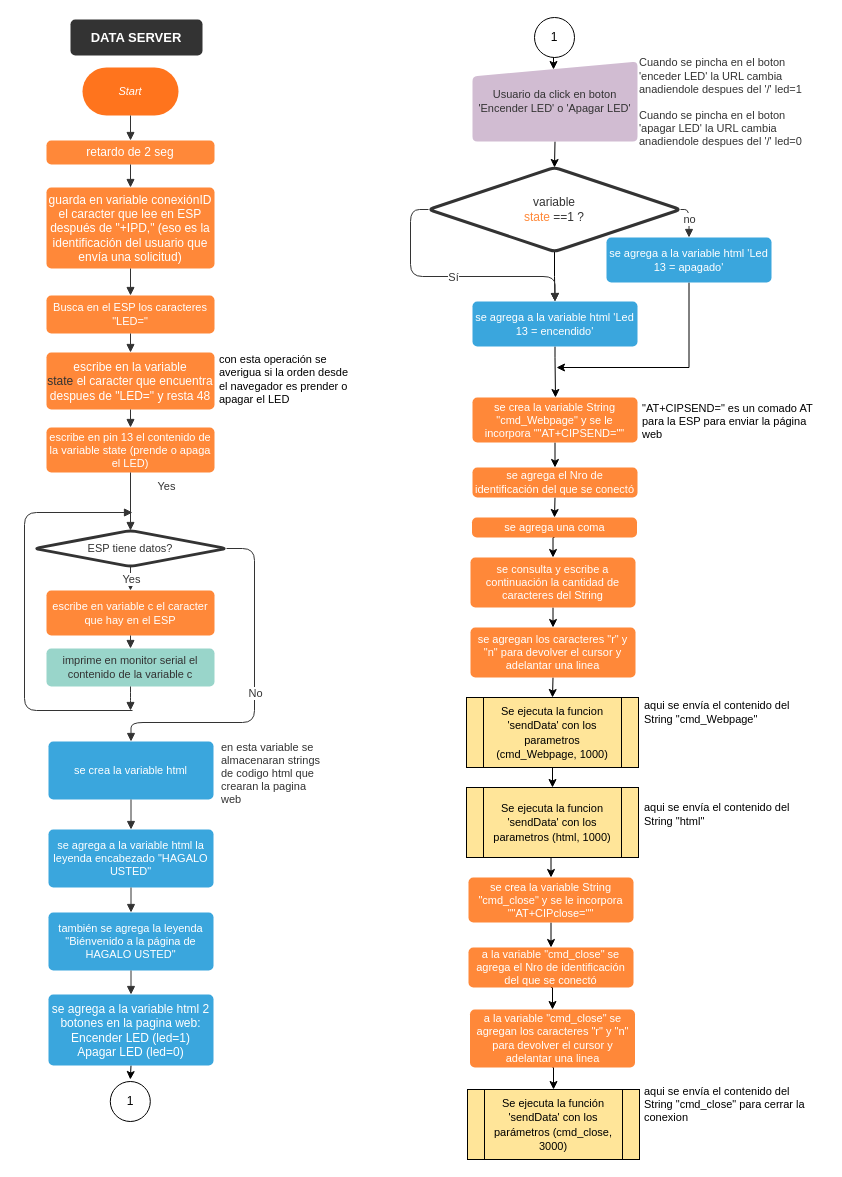
Before: page "Page-3" (3 of 3) of Arduino AT Led - diagrama de flujo.drawio in pardofernando/arduino-at-led, a draw.io diagram. Source tidied: cells renumbered, new cells numbered last; positions are measured from the earlier drawing's top-left corner, leaving out a move shared by most shapes. Both pictures are drawn from the tidied source at 100%, with x=0, y=0 at pixel (-48, 17).
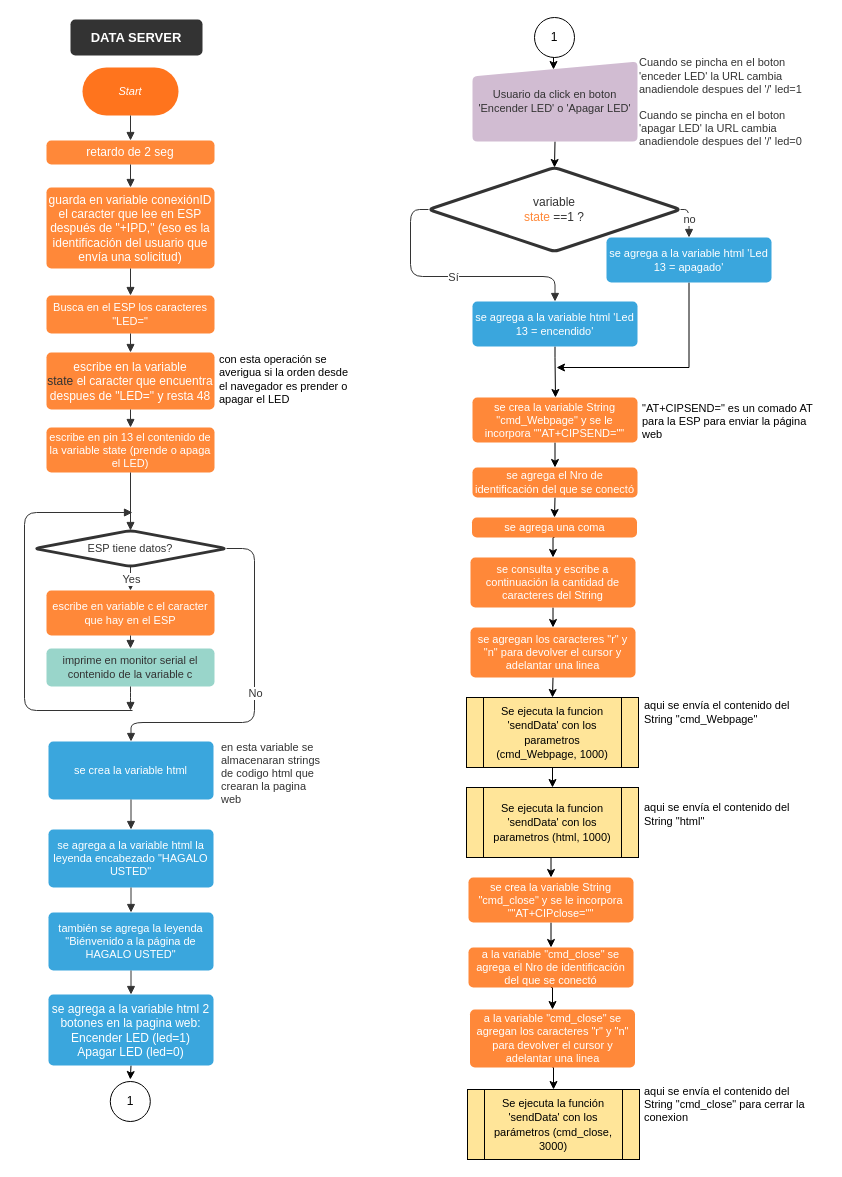
The same diagram, later.

Unchanged cells that the change refers to:
```xml
<mxCell id="16" style="html=1;jettySize=18;fontSize=11;strokeColor=#333333;strokeOpacity=100;rounded=1;arcSize=24;edgeStyle=orthogonalEdgeStyle;startArrow=none;endArrow=block;endFill=1;exitX=0.5;exitY=0.9999999999999994;exitPerimeter=1;entryX=0.5;entryY=-0.02207343971801811;entryPerimeter=1;" parent="1" edge="1" source="8" target="9">
  <mxGeometry relative="1" as="geometry" />
</mxCell>
<mxCell id="34" value="&lt;div style=&quot;color:#333333;text-align: center;&quot;&gt;variable &lt;/div&gt;&lt;span style=&quot;color:#ff8839;text-align: center;&quot;&gt;state&lt;/span&gt;&lt;span style=&quot;color:#333333;text-align: center;&quot;&gt; ==1 ?&lt;/span&gt;" style="html=1;whiteSpace=wrap;rhombus;overflow=width;html=1;spacing=3;strokeColor=#333333;strokeOpacity=100;fillOpacity=100;rounded=1;absoluteArcSize=1;arcSize=9.6;fillColor=#ffffff;strokeWidth=3;" parent="1" vertex="1">
  <mxGeometry x="476" y="150" width="252" height="84" as="geometry" />
</mxCell>
<mxCell id="38" value="se agrega a la variable html 'Led 13 =  encendido'" style="html=1;whiteSpace=wrap;fontSize=11;fontColor=#ffffff;align=center;spacing=3;strokeColor=none;strokeOpacity=100;fillOpacity=100;rounded=1;absoluteArcSize=1;arcSize=9.6;fillColor=#3aa6dd;strokeWidth=0;" parent="1" vertex="1">
  <mxGeometry x="520" y="284" width="165" height="45" as="geometry" />
</mxCell>
```

Diff of the diagram source:
```diff
@@
-    <mxCell id="17" value="Yes" style="text;html=1;labelBackgroundColor=#ffffff;align=center;verticalAlign=middle;fontColor=#333333;fontSize=11;" parent="16" vertex="1">
-      <mxGeometry x="-0.54" relative="1" as="geometry">
-        <mxPoint x="35" as="offset" />
-      </mxGeometry>
-    </mxCell>
@@
-    <mxCell id="33" style="edgeStyle=orthogonalEdgeStyle;rounded=0;jettySize=auto;html=1;fontColor=#000000;" parent="1" edge="1" source="34" target="38">
-      <mxGeometry relative="1" as="geometry" />
-    </mxCell>
```
